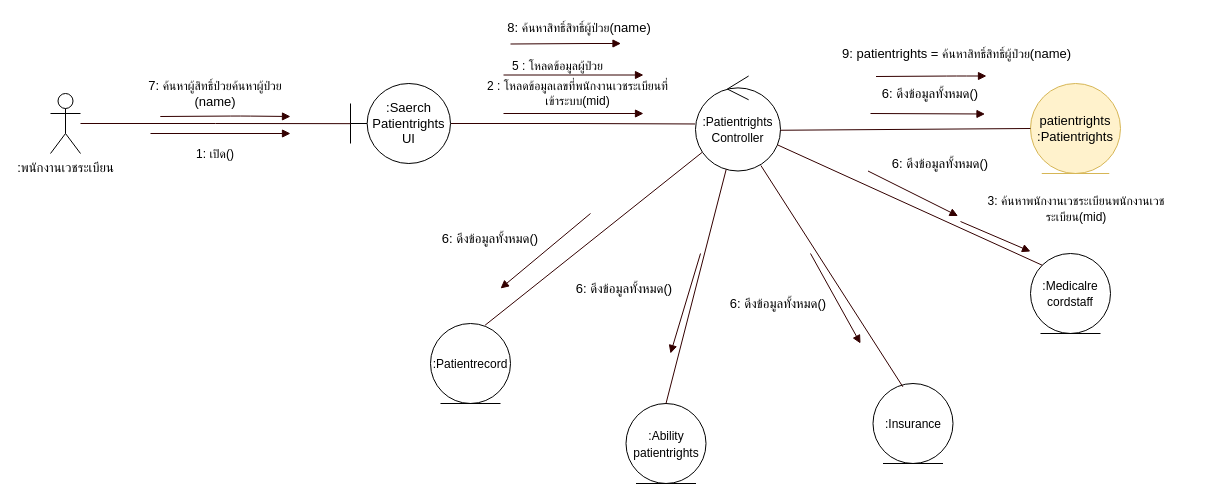
This is page "Communication Diagram" (1 of 5) of draw_io/b6103866-2.drawio from sut63/team10, a draw.io file, before an edit. Source tidied: cells renumbered, new cells numbered last; positions are measured from the earlier drawing's top-left corner, leaving out a move shared by most shapes. Both pictures are drawn from the tidied source at 100%, with x=0, y=0 at pixel (50, 17).
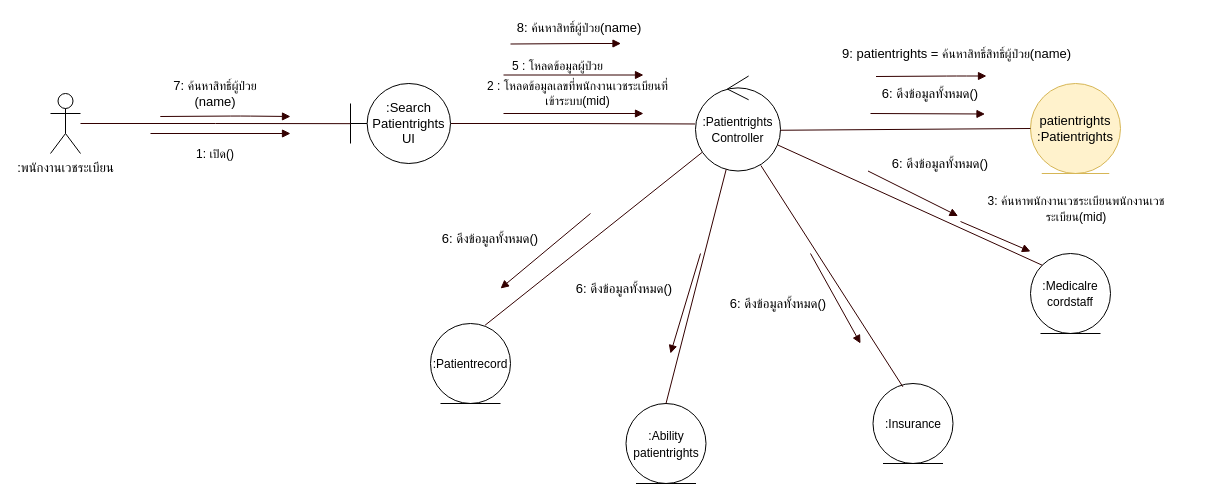
The same page after the edit.

Change to the diagram source:
```diff
@@
-    <mxCell id="3" value=":Saerch&lt;br&gt;Patientrights&lt;br style=&quot;font-size: 13px&quot;&gt;UI" style="shape=umlBoundary;whiteSpace=wrap;html=1;fontSize=13;" parent="1" vertex="1">
+    <mxCell id="3" value=":Search&lt;br&gt;Patientrights&lt;br style=&quot;font-size: 13px&quot;&gt;UI" style="shape=umlBoundary;whiteSpace=wrap;html=1;fontSize=13;" parent="1" vertex="1">
       <mxGeometry x="300" y="66" width="100" height="80" as="geometry" />
     </mxCell>
@@
-    <mxCell id="24" value="8: &lt;font style=&quot;font-size: 12px&quot;&gt;ค้นหาสิทธิ์สิทธิ์ผู้ป่วย&lt;/font&gt;(name)" style="text;html=1;strokeColor=none;fillColor=none;align=center;verticalAlign=middle;whiteSpace=wrap;rounded=0;fontSize=13;" parent="1" vertex="1">
+    <mxCell id="24" value="8: &lt;font style=&quot;font-size: 12px&quot;&gt;ค้นหาสิทธิ์ผู้ป่วย&lt;/font&gt;(name)" style="text;html=1;strokeColor=none;fillColor=none;align=center;verticalAlign=middle;whiteSpace=wrap;rounded=0;fontSize=13;" parent="1" vertex="1">
       <mxGeometry x="431.5" width="193.5" height="20" as="geometry" />
     </mxCell>
@@
-    <mxCell id="32" value="7:&amp;nbsp;&lt;span style=&quot;font-size: 12px&quot;&gt;ค้นหา&lt;/span&gt;&lt;span style=&quot;font-size: 12px&quot;&gt;ผู้สิทธิ์ป่วย&lt;/span&gt;&lt;span style=&quot;font-size: 12px&quot;&gt;ค้นหา&lt;/span&gt;&lt;span style=&quot;font-size: 12px&quot;&gt;ผู้ป่วย&lt;/span&gt;&lt;span style=&quot;font-size: 12px&quot;&gt;&lt;br&gt;&lt;/span&gt;(name)" style="text;html=1;strokeColor=none;fillColor=none;align=center;verticalAlign=middle;whiteSpace=wrap;rounded=0;fontSize=13;" parent="1" vertex="1">
+    <mxCell id="32" value="7:&amp;nbsp;&lt;span style=&quot;font-size: 12px&quot;&gt;ค้นหา&lt;/span&gt;&lt;span style=&quot;font-size: 12px&quot;&gt;สิทธิ์ผู้ป่วย&lt;/span&gt;&lt;span style=&quot;font-size: 12px&quot;&gt;&lt;br&gt;&lt;/span&gt;(name)" style="text;html=1;strokeColor=none;fillColor=none;align=center;verticalAlign=middle;whiteSpace=wrap;rounded=0;fontSize=13;" parent="1" vertex="1">
       <mxGeometry x="79" y="66" width="172" height="20" as="geometry" />
     </mxCell>
```
